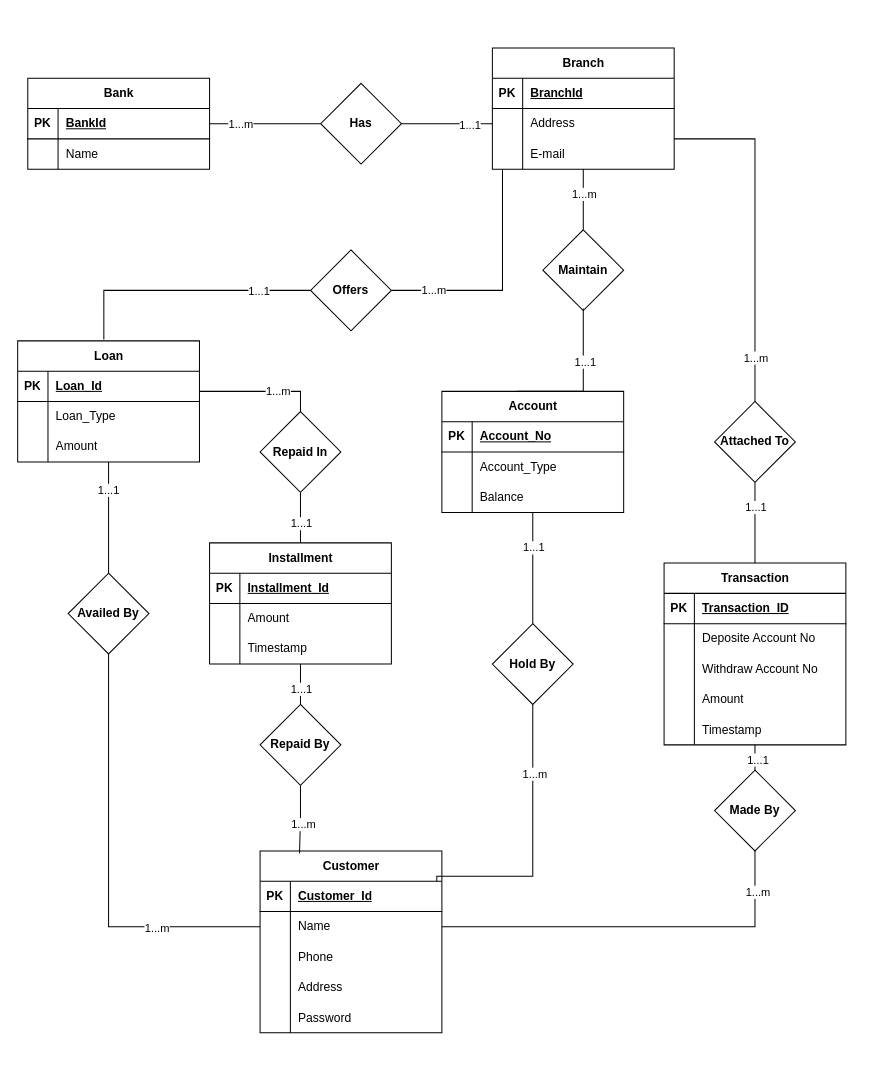
The draw.io diagram CSE 4410 DBMS LAB/Project/ERD.drawio in KHALID9029/ClassResources_Sem_4, before the edit. Source tidied: cells renumbered, new cells numbered last; positions are measured from the earlier drawing's top-left corner, leaving out a move shared by most shapes. Both pictures are drawn from the tidied source at 101%, with x=0, y=0 at pixel (17, 47).
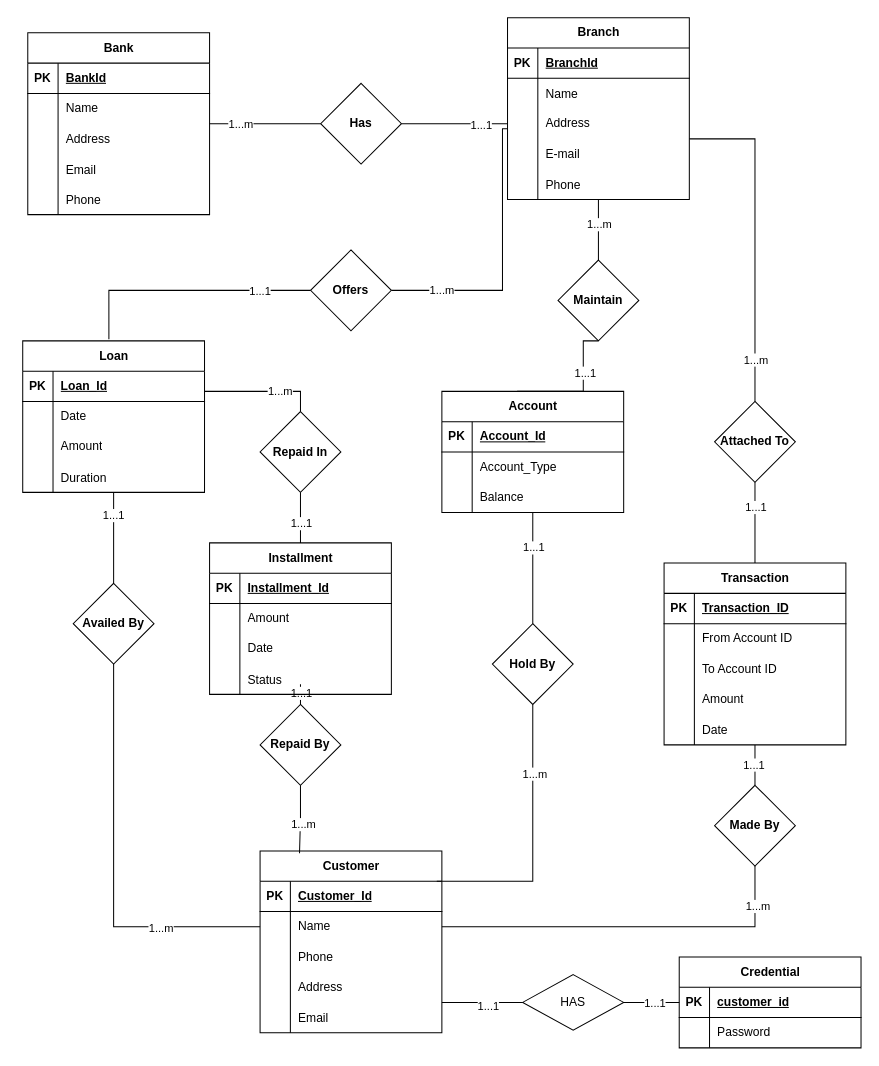
The same page after the edit.

The change refers to these unchanged cells:
```xml
<mxCell id="8" style="shape=tableRow;horizontal=0;startSize=0;swimlaneHead=0;swimlaneBody=0;fillColor=none;top=0;left=0;right=0;bottom=0;" parent="4" vertex="1">
  <mxGeometry y="60" width="180" height="30" as="geometry" />
</mxCell>
<mxCell id="33" style="shape=tableRow;horizontal=0;startSize=0;swimlaneHead=0;swimlaneBody=0;fillColor=none;top=0;left=0;right=0;bottom=1;" parent="32" vertex="1">
  <mxGeometry y="30" width="180" height="30" as="geometry" />
</mxCell>
<mxCell id="53" style="shape=tableRow;horizontal=0;startSize=0;swimlaneHead=0;swimlaneBody=0;fillColor=none;top=0;left=0;right=0;bottom=0;" parent="49" vertex="1">
  <mxGeometry y="60" width="180" height="30" as="geometry" />
</mxCell>
<mxCell id="59" value="Offers" style="rhombus;whiteSpace=wrap;html=1;startSize=30;fontStyle=1;" parent="1" vertex="1">
  <mxGeometry x="290" y="200" width="80" height="80" as="geometry" />
</mxCell>
<mxCell id="62" value="Customer" style="shape=table;startSize=30;childLayout=tableLayout;rowLines=0;fontStyle=1;align=center;html=1;" parent="1" vertex="1">
  <mxGeometry x="240" y="795" width="180" height="180" as="geometry" />
</mxCell>
<mxCell id="75" style="shape=tableRow;horizontal=0;startSize=0;swimlaneHead=0;swimlaneBody=0;fillColor=none;points=[[0,0.5],[1,0.5]];portConstraint=eastwest;top=0;left=0;right=0;bottom=0;" parent="62" vertex="1">
  <mxGeometry y="150" width="180" height="30" as="geometry" />
</mxCell>
<mxCell id="83" value="Hold By" style="rhombus;whiteSpace=wrap;html=1;startSize=30;fontStyle=1;" parent="1" vertex="1">
  <mxGeometry x="470" y="570" width="80" height="80" as="geometry" />
</mxCell>
<mxCell id="93" style="shape=tableRow;horizontal=0;startSize=0;swimlaneHead=0;swimlaneBody=0;fillColor=none;top=0;left=0;right=0;bottom=0;" parent="89" vertex="1">
  <mxGeometry y="60" width="180" height="30" as="geometry" />
</mxCell>
<mxCell id="96" style="shape=tableRow;horizontal=0;startSize=0;swimlaneHead=0;swimlaneBody=0;fillColor=none;top=0;left=0;right=0;bottom=0;" parent="89" vertex="1">
  <mxGeometry y="90" width="180" height="30" as="geometry" />
</mxCell>
<mxCell id="102" style="shape=tableRow;horizontal=0;startSize=0;swimlaneHead=0;swimlaneBody=0;fillColor=none;top=0;left=0;right=0;bottom=0;" parent="89" vertex="1">
  <mxGeometry y="150" width="180" height="30" as="geometry" />
</mxCell>
<mxCell id="117" style="shape=tableRow;horizontal=0;startSize=0;swimlaneHead=0;swimlaneBody=0;fillColor=none;top=0;left=0;right=0;bottom=0;" parent="110" vertex="1">
  <mxGeometry y="90" width="180" height="30" as="geometry" />
</mxCell>
```

Change to the diagram source:
```diff
@@
     <mxCell id="4" value="Bank" style="shape=table;startSize=30;childLayout=tableLayout;rowLines=0;fontStyle=1;align=center;html=1;" parent="1" vertex="1">
-      <mxGeometry x="10" y="30" width="180" height="90" as="geometry" />
+      <mxGeometry x="10" y="-15" width="180" height="180" as="geometry" />
     </mxCell>
@@
-    <mxCell id="10" value="Name&lt;span style=&quot;white-space: pre;&quot;&gt;&#9;&lt;/span&gt;&lt;span style=&quot;white-space: pre;&quot;&gt;&#9;&lt;/span&gt;&lt;br&gt;" style="shape=partialRectangle;fillColor=none;top=0;left=0;bottom=0;right=0;align=left;spacingLeft=6;overflow=hidden;whiteSpace=wrap;html=1;" parent="8" vertex="1">
+    <mxCell id="10" value="Name&lt;span style=&quot;white-space: pre;&quot;&gt;&#9;&lt;/span&gt;&lt;span style=&quot;white-space: pre;&quot;&gt;&#9;&lt;/span&gt;" style="shape=partialRectangle;fillColor=none;top=0;left=0;bottom=0;right=0;align=left;spacingLeft=6;overflow=hidden;whiteSpace=wrap;html=1;" parent="8" vertex="1">
       <mxGeometry x="30" width="150" height="30" as="geometry" />
     </mxCell>
+    <mxCell id="126" style="shape=tableRow;horizontal=0;startSize=0;swimlaneHead=0;swimlaneBody=0;fillColor=none;top=0;left=0;right=0;bottom=0;" parent="4" vertex="1">
+      <mxGeometry y="90" width="180" height="30" as="geometry" />
+    </mxCell>
+    <mxCell id="127" style="shape=partialRectangle;fillColor=none;top=0;left=0;bottom=0;right=0;overflow=hidden;" parent="126" vertex="1">
+      <mxGeometry width="30" height="30" as="geometry" />
+    </mxCell>
+    <mxCell id="128" value="Address" style="shape=partialRectangle;fillColor=none;top=0;left=0;bottom=0;right=0;align=left;spacingLeft=6;overflow=hidden;" parent="126" vertex="1">
+      <mxGeometry x="30" width="150" height="30" as="geometry" />
+    </mxCell>
+    <mxCell id="129" style="shape=tableRow;horizontal=0;startSize=0;swimlaneHead=0;swimlaneBody=0;fillColor=none;top=0;left=0;right=0;bottom=0;" parent="4" vertex="1">
+      <mxGeometry y="120" width="180" height="30" as="geometry" />
+    </mxCell>
+    <mxCell id="130" style="shape=partialRectangle;fillColor=none;top=0;left=0;bottom=0;right=0;overflow=hidden;" parent="129" vertex="1">
+      <mxGeometry width="30" height="30" as="geometry" />
+    </mxCell>
+    <mxCell id="131" value="Email" style="shape=partialRectangle;fillColor=none;top=0;left=0;bottom=0;right=0;align=left;spacingLeft=6;overflow=hidden;" parent="129" vertex="1">
+      <mxGeometry x="30" width="150" height="30" as="geometry" />
+    </mxCell>
+    <mxCell id="132" style="shape=tableRow;horizontal=0;startSize=0;swimlaneHead=0;swimlaneBody=0;fillColor=none;top=0;left=0;right=0;bottom=0;" parent="4" vertex="1">
+      <mxGeometry y="150" width="180" height="30" as="geometry" />
+    </mxCell>
+    <mxCell id="133" style="shape=partialRectangle;fillColor=none;top=0;left=0;bottom=0;right=0;overflow=hidden;" parent="132" vertex="1">
+      <mxGeometry width="30" height="30" as="geometry" />
+    </mxCell>
+    <mxCell id="134" value="Phone" style="shape=partialRectangle;fillColor=none;top=0;left=0;bottom=0;right=0;align=left;spacingLeft=6;overflow=hidden;" parent="132" vertex="1">
+      <mxGeometry x="30" width="150" height="30" as="geometry" />
+    </mxCell>
@@
     <mxCell id="13" style="edgeStyle=orthogonalEdgeStyle;rounded=0;jettySize=auto;html=1;endArrow=none;endFill=0;" parent="1" edge="1" source="17" target="59">
       <mxGeometry relative="1" as="geometry">
         <Array as="points">
+          <mxPoint x="480" y="80" />
           <mxPoint x="480" y="240" />
         </Array>
       </mxGeometry>
     </mxCell>
@@
     <mxCell id="17" value="Branch" style="shape=table;startSize=30;childLayout=tableLayout;rowLines=0;fontStyle=1;align=center;html=1;" parent="1" vertex="1">
-      <mxGeometry x="470" width="180" height="120" as="geometry" />
+      <mxGeometry x="485" y="-30" width="180" height="180" as="geometry" />
     </mxCell>
@@
+    <mxCell id="135" style="shape=tableRow;horizontal=0;startSize=0;swimlaneHead=0;swimlaneBody=0;fillColor=none;top=0;left=0;right=0;bottom=0;" parent="17" vertex="1">
+      <mxGeometry y="60" width="180" height="30" as="geometry" />
+    </mxCell>
+    <mxCell id="136" style="shape=partialRectangle;fillColor=none;top=0;left=0;bottom=0;right=0;overflow=hidden;" parent="135" vertex="1">
+      <mxGeometry width="30" height="30" as="geometry" />
+    </mxCell>
+    <mxCell id="137" value="Name" style="shape=partialRectangle;fillColor=none;top=0;left=0;bottom=0;right=0;align=left;spacingLeft=6;overflow=hidden;" parent="135" vertex="1">
+      <mxGeometry x="30" width="150" height="30" as="geometry" />
+    </mxCell>
     <mxCell id="21" style="shape=tableRow;horizontal=0;startSize=0;swimlaneHead=0;swimlaneBody=0;fillColor=none;points=[[0,0.5],[1,0.5]];portConstraint=eastwest;top=0;left=0;right=0;bottom=0;" parent="17" vertex="1">
-      <mxGeometry y="60" width="180" height="30" as="geometry" />
+      <mxGeometry y="90" width="180" height="30" as="geometry" />
     </mxCell>
@@
     <mxCell id="24" style="shape=tableRow;horizontal=0;startSize=0;swimlaneHead=0;swimlaneBody=0;fillColor=none;top=0;left=0;right=0;bottom=0;" parent="17" vertex="1">
-      <mxGeometry y="90" width="180" height="30" as="geometry" />
+      <mxGeometry y="120" width="180" height="30" as="geometry" />
     </mxCell>
@@
+    <mxCell id="138" style="shape=tableRow;horizontal=0;startSize=0;swimlaneHead=0;swimlaneBody=0;fillColor=none;top=0;left=0;right=0;bottom=0;" parent="17" vertex="1">
+      <mxGeometry y="150" width="180" height="30" as="geometry" />
+    </mxCell>
+    <mxCell id="139" style="shape=partialRectangle;fillColor=none;top=0;left=0;bottom=0;right=0;overflow=hidden;" parent="138" vertex="1">
+      <mxGeometry width="30" height="30" as="geometry" />
+    </mxCell>
+    <mxCell id="140" value="Phone" style="shape=partialRectangle;fillColor=none;top=0;left=0;bottom=0;right=0;align=left;spacingLeft=6;overflow=hidden;" parent="138" vertex="1">
+      <mxGeometry x="30" width="150" height="30" as="geometry" />
+    </mxCell>
@@
-    <mxCell id="35" value="Account_No" style="shape=partialRectangle;fillColor=none;top=0;left=0;bottom=0;right=0;align=left;spacingLeft=6;fontStyle=5;overflow=hidden;whiteSpace=wrap;html=1;" parent="33" vertex="1">
+    <mxCell id="35" value="Account_Id" style="shape=partialRectangle;fillColor=none;top=0;left=0;bottom=0;right=0;align=left;spacingLeft=6;fontStyle=5;overflow=hidden;whiteSpace=wrap;html=1;" parent="33" vertex="1">
       <mxGeometry x="30" width="150" height="30" as="geometry" />
     </mxCell>
@@
     <mxCell id="42" value="Maintain" style="rhombus;whiteSpace=wrap;html=1;startSize=30;fontStyle=1;" parent="1" vertex="1">
-      <mxGeometry x="520" y="180" width="80" height="80" as="geometry" />
+      <mxGeometry x="535" y="210" width="80" height="80" as="geometry" />
     </mxCell>
-    <mxCell id="43" style="edgeStyle=orthogonalEdgeStyle;rounded=0;orthogonalLoop=1;jettySize=auto;html=1;entryX=0.414;entryY=0.017;entryDx=0;entryDy=0;entryPerimeter=0;endArrow=none;endFill=0;" parent="1" edge="1">
+    <mxCell id="43" style="edgeStyle=orthogonalEdgeStyle;rounded=0;jettySize=auto;html=1;entryX=0.414;entryY=0.017;entryDx=0;entryDy=0;entryPerimeter=0;endArrow=none;endFill=0;exitX=0.5;exitY=1;exitDx=0;exitDy=0;" parent="1" edge="1" source="42">
       <mxGeometry relative="1" as="geometry">
-        <mxPoint x="560" y="258" as="sourcePoint" />
         <mxPoint x="494.5" y="340" as="targetPoint" />
         <Array as="points">
+          <mxPoint x="560" y="290" />
           <mxPoint x="560" y="340" />
         </Array>
       </mxGeometry>
     </mxCell>
@@
     <mxCell id="49" value="Loan" style="shape=table;startSize=30;childLayout=tableLayout;rowLines=0;fontStyle=1;align=center;html=1;" parent="1" vertex="1">
-      <mxGeometry y="290" width="180" height="120" as="geometry" />
+      <mxGeometry x="5" y="290" width="180" height="150" as="geometry" />
     </mxCell>
@@
-    <mxCell id="55" value="Loan_Type" style="shape=partialRectangle;fillColor=none;top=0;left=0;bottom=0;right=0;align=left;spacingLeft=6;overflow=hidden;whiteSpace=wrap;html=1;" parent="53" vertex="1">
+    <mxCell id="55" value="Date" style="shape=partialRectangle;fillColor=none;top=0;left=0;bottom=0;right=0;align=left;spacingLeft=6;overflow=hidden;whiteSpace=wrap;html=1;" parent="53" vertex="1">
       <mxGeometry x="30" width="150" height="30" as="geometry" />
     </mxCell>
@@
+    <mxCell id="141" style="shape=tableRow;horizontal=0;startSize=0;swimlaneHead=0;swimlaneBody=0;fillColor=none;top=0;left=0;right=0;bottom=0;" parent="49" vertex="1">
+      <mxGeometry y="120" width="180" height="30" as="geometry" />
+    </mxCell>
+    <mxCell id="142" style="shape=partialRectangle;fillColor=none;top=0;left=0;bottom=0;right=0;overflow=hidden;" parent="141" vertex="1">
+      <mxGeometry width="30" height="30" as="geometry" />
+    </mxCell>
+    <mxCell id="143" value="Duration" style="shape=partialRectangle;fillColor=none;top=0;left=0;bottom=0;right=0;align=left;spacingLeft=6;overflow=hidden;" parent="141" vertex="1">
+      <mxGeometry x="30" width="150" height="30" as="geometry" />
+    </mxCell>
@@
-    <mxCell id="77" value="Password" style="shape=partialRectangle;fillColor=none;top=0;left=0;bottom=0;right=0;align=left;spacingLeft=6;overflow=hidden;" parent="75" vertex="1">
+    <mxCell id="77" value="Email" style="shape=partialRectangle;fillColor=none;top=0;left=0;bottom=0;right=0;align=left;spacingLeft=6;overflow=hidden;" parent="75" vertex="1">
       <mxGeometry x="30" width="150" height="30" as="geometry" />
     </mxCell>
@@
     <mxCell id="80" value="Availed By" style="rhombus;whiteSpace=wrap;html=1;startSize=30;fontStyle=1;" parent="1" vertex="1">
-      <mxGeometry x="50" y="520" width="80" height="80" as="geometry" />
+      <mxGeometry x="55" y="530" width="80" height="80" as="geometry" />
     </mxCell>
     <mxCell id="81" style="edgeStyle=orthogonalEdgeStyle;rounded=0;jettySize=auto;html=1;endArrow=none;endFill=0;entryX=0.972;entryY=0.167;entryDx=0;entryDy=0;entryPerimeter=0;" parent="1" edge="1" source="83" target="62">
       <mxGeometry relative="1" as="geometry">
         <Array as="points">
-          <mxPoint x="510" y="820" />
+          <mxPoint x="510" y="825" />
         </Array>
       </mxGeometry>
     </mxCell>
@@
-    <mxCell id="95" value="Deposite Account No" style="shape=partialRectangle;fillColor=none;top=0;left=0;bottom=0;right=0;align=left;spacingLeft=6;overflow=hidden;whiteSpace=wrap;html=1;" parent="93" vertex="1">
+    <mxCell id="95" value="From Account ID" style="shape=partialRectangle;fillColor=none;top=0;left=0;bottom=0;right=0;align=left;spacingLeft=6;overflow=hidden;whiteSpace=wrap;html=1;" parent="93" vertex="1">
       <mxGeometry x="30" width="150" height="30" as="geometry" />
     </mxCell>
@@
-    <mxCell id="98" value="Withdraw Account No" style="shape=partialRectangle;fillColor=none;top=0;left=0;bottom=0;right=0;align=left;spacingLeft=6;overflow=hidden;whiteSpace=wrap;html=1;" parent="96" vertex="1">
+    <mxCell id="98" value="To Account ID" style="shape=partialRectangle;fillColor=none;top=0;left=0;bottom=0;right=0;align=left;spacingLeft=6;overflow=hidden;whiteSpace=wrap;html=1;" parent="96" vertex="1">
       <mxGeometry x="30" width="150" height="30" as="geometry" />
     </mxCell>
@@
-    <mxCell id="104" value="Timestamp" style="shape=partialRectangle;fillColor=none;top=0;left=0;bottom=0;right=0;align=left;spacingLeft=6;overflow=hidden;" parent="102" vertex="1">
+    <mxCell id="104" value="Date" style="shape=partialRectangle;fillColor=none;top=0;left=0;bottom=0;right=0;align=left;spacingLeft=6;overflow=hidden;" parent="102" vertex="1">
       <mxGeometry x="30" width="150" height="30" as="geometry" />
     </mxCell>
@@
     <mxCell id="107" value="Made By" style="rhombus;whiteSpace=wrap;html=1;startSize=30;fontStyle=1;" parent="1" vertex="1">
-      <mxGeometry x="690" y="715" width="80" height="80" as="geometry" />
+      <mxGeometry x="690" y="730" width="80" height="80" as="geometry" />
     </mxCell>
@@
     <mxCell id="110" value="Installment" style="shape=table;startSize=30;childLayout=tableLayout;rowLines=0;fontStyle=1;align=center;html=1;" parent="1" vertex="1">
-      <mxGeometry x="190" y="490" width="180" height="120" as="geometry" />
+      <mxGeometry x="190" y="490" width="180" height="150" as="geometry" />
     </mxCell>
@@
-    <mxCell id="119" value="Timestamp" style="shape=partialRectangle;fillColor=none;top=0;left=0;bottom=0;right=0;align=left;spacingLeft=6;overflow=hidden;whiteSpace=wrap;html=1;" parent="117" vertex="1">
+    <mxCell id="119" value="Date" style="shape=partialRectangle;fillColor=none;top=0;left=0;bottom=0;right=0;align=left;spacingLeft=6;overflow=hidden;whiteSpace=wrap;html=1;" parent="117" vertex="1">
       <mxGeometry x="30" width="150" height="30" as="geometry" />
     </mxCell>
+    <mxCell id="144" style="shape=tableRow;horizontal=0;startSize=0;swimlaneHead=0;swimlaneBody=0;fillColor=none;top=0;left=0;right=0;bottom=0;" parent="110" vertex="1">
+      <mxGeometry y="120" width="180" height="30" as="geometry" />
+    </mxCell>
+    <mxCell id="145" style="shape=partialRectangle;fillColor=none;top=0;left=0;bottom=0;right=0;overflow=hidden;" parent="144" vertex="1">
+      <mxGeometry width="30" height="30" as="geometry" />
+    </mxCell>
+    <mxCell id="146" value="Status" style="shape=partialRectangle;fillColor=none;top=0;left=0;bottom=0;right=0;align=left;spacingLeft=6;overflow=hidden;" parent="144" vertex="1">
+      <mxGeometry x="30" width="150" height="30" as="geometry" />
+    </mxCell>
@@
+    <mxCell id="147" value="Credential" style="shape=table;startSize=30;childLayout=tableLayout;rowLines=0;fontStyle=1;align=center;html=1;" parent="1" vertex="1">
+      <mxGeometry x="655" y="900" width="180" height="90" as="geometry" />
+    </mxCell>
+    <mxCell id="148" style="shape=tableRow;horizontal=0;startSize=0;swimlaneHead=0;swimlaneBody=0;fillColor=none;points=[[0,0.5],[1,0.5]];portConstraint=eastwest;top=0;left=0;right=0;bottom=1;" parent="147" vertex="1">
+      <mxGeometry y="30" width="180" height="30" as="geometry" />
+    </mxCell>
+    <mxCell id="149" value="PK" style="shape=partialRectangle;fillColor=none;top=0;left=0;bottom=0;right=0;fontStyle=1;overflow=hidden;whiteSpace=wrap;html=1;" parent="148" vertex="1">
+      <mxGeometry width="30" height="30" as="geometry" />
+    </mxCell>
+    <mxCell id="150" value="customer_id" style="shape=partialRectangle;fillColor=none;top=0;left=0;bottom=0;right=0;align=left;spacingLeft=6;fontStyle=5;overflow=hidden;whiteSpace=wrap;html=1;" parent="148" vertex="1">
+      <mxGeometry x="30" width="150" height="30" as="geometry" />
+    </mxCell>
+    <mxCell id="151" style="shape=tableRow;horizontal=0;startSize=0;swimlaneHead=0;swimlaneBody=0;fillColor=none;top=0;left=0;right=0;bottom=0;" parent="147" vertex="1">
+      <mxGeometry y="60" width="180" height="30" as="geometry" />
+    </mxCell>
+    <mxCell id="152" style="shape=partialRectangle;fillColor=none;top=0;left=0;bottom=0;right=0;overflow=hidden;whiteSpace=wrap;html=1;" parent="151" vertex="1">
+      <mxGeometry width="30" height="30" as="geometry" />
+    </mxCell>
+    <mxCell id="153" value="Password" style="shape=partialRectangle;fillColor=none;top=0;left=0;bottom=0;right=0;align=left;spacingLeft=6;overflow=hidden;whiteSpace=wrap;html=1;" parent="151" vertex="1">
+      <mxGeometry x="30" width="150" height="30" as="geometry" />
+    </mxCell>
+    <mxCell id="154" style="edgeStyle=orthogonalEdgeStyle;rounded=0;jettySize=auto;html=1;entryX=0;entryY=0.5;entryDx=0;entryDy=0;endArrow=none;endFill=0;" parent="1" edge="1" source="156" target="148">
+      <mxGeometry relative="1" as="geometry" />
+    </mxCell>
+    <mxCell id="155" value="1...1" style="edgeLabel;html=1;align=center;verticalAlign=middle;" parent="154" vertex="1">
+      <mxGeometry x="0.1" relative="1" as="geometry" />
+    </mxCell>
+    <mxCell id="156" value="HAS" style="shape=rhombus;perimeter=rhombusPerimeter;whiteSpace=wrap;html=1;align=center;" parent="1" vertex="1">
+      <mxGeometry x="500" y="917.5" width="100" height="55" as="geometry" />
+    </mxCell>
+    <mxCell id="157" style="edgeStyle=orthogonalEdgeStyle;rounded=0;jettySize=auto;html=1;entryX=0;entryY=0.5;entryDx=0;entryDy=0;endArrow=none;endFill=0;" parent="1" edge="1" source="75" target="156">
+      <mxGeometry relative="1" as="geometry">
+        <Array as="points">
+          <mxPoint x="435" y="945" />
+          <mxPoint x="435" y="945" />
+        </Array>
+      </mxGeometry>
+    </mxCell>
+    <mxCell id="158" value="1...1" style="edgeLabel;html=1;align=center;verticalAlign=middle;" parent="157" vertex="1">
+      <mxGeometry x="0.1" y="-2" relative="1" as="geometry">
+        <mxPoint x="1" y="1" as="offset" />
+      </mxGeometry>
+    </mxCell>
```
